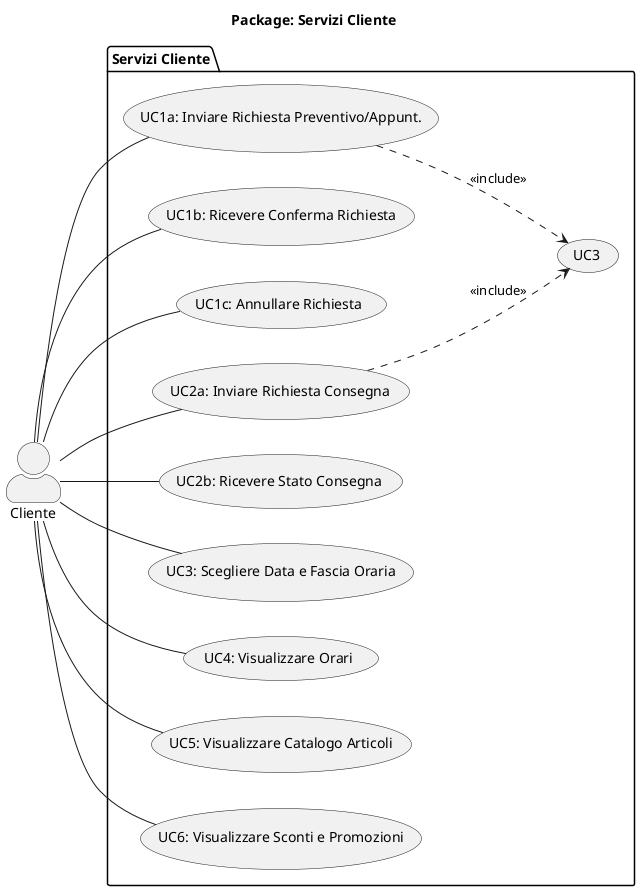
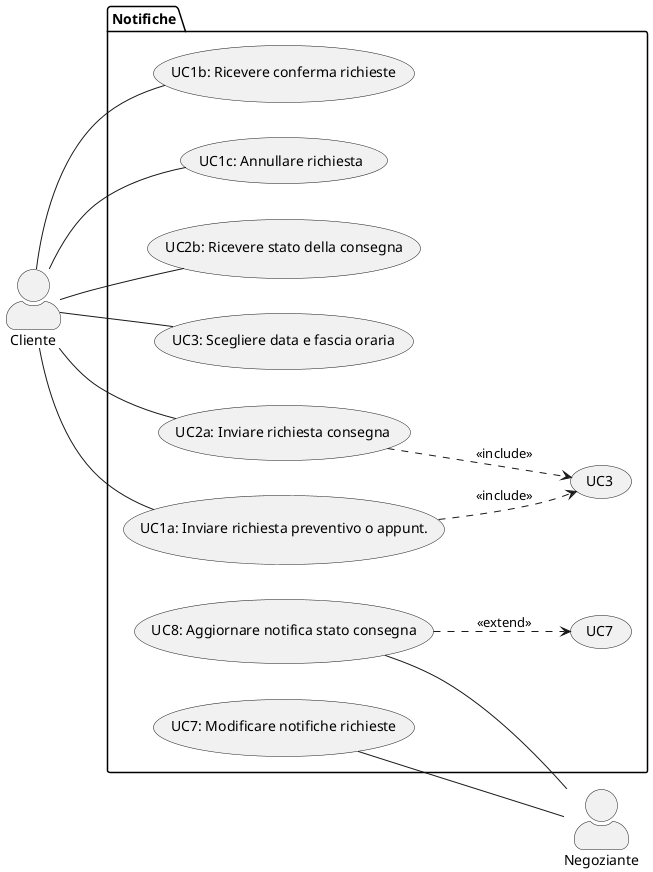
@startuml
left to right direction
skinparam actorStyle awesome
- title Package: Servizi Cliente

actor Cliente
+ actor Negoziante

- package "Servizi Cliente" {
-   Cliente -- (UC1a: Inviare Richiesta Preventivo/Appunt.)
-   (UC1a: Inviare Richiesta Preventivo/Appunt.) ..> (UC3) : <<include>>
-   Cliente -- (UC1b: Ricevere Conferma Richiesta)
-   Cliente -- (UC1c: Annullare Richiesta)
-   Cliente -- (UC2a: Inviare Richiesta Consegna)
-   (UC2a: Inviare Richiesta Consegna) ..> (UC3) : <<include>>
-   Cliente -- (UC2b: Ricevere Stato Consegna)
-   Cliente -- (UC3: Scegliere Data e Fascia Oraria)
-   Cliente -- (UC4: Visualizzare Orari)
-   Cliente -- (UC5: Visualizzare Catalogo Articoli)
-   Cliente -- (UC6: Visualizzare Sconti e Promozioni)
+ package "Notifiche" {

+   (UC1a: Inviare richiesta preventivo o appunt.) -- Cliente
+   (UC1a: Inviare richiesta preventivo o appunt.) ..> (UC3) : <<include>>
+   Cliente -- (UC1b: Ricevere conferma richieste)
+   Cliente -- (UC1c: Annullare richiesta)
+   (UC2a: Inviare richiesta consegna) -- Cliente
+   (UC2a: Inviare richiesta consegna) ..> (UC3) : <<include>>
+   Cliente -- (UC2b: Ricevere stato della consegna)
+   Cliente -- (UC3: Scegliere data e fascia oraria)
+ 
+   (UC7: Modificare notifiche richieste) -- Negoziante
+   (UC8: Aggiornare notifica stato consegna) -- Negoziante
+   (UC8: Aggiornare notifica stato consegna) ..> (UC7) : <<extend>>
}
@enduml
